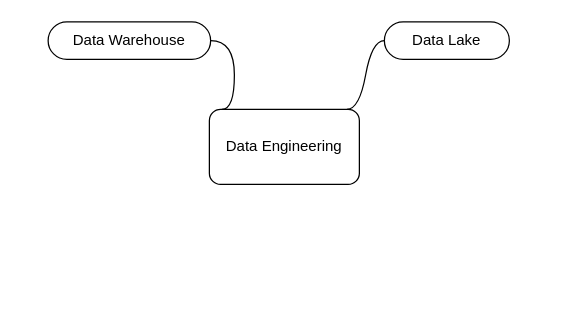
Earlier version of the draw.io diagram mindmaps/data-engineering.drawio (iamulya/drawio-diagrams). Source tidied: cells renumbered, new cells numbered last; positions are measured from the earlier drawing's top-left corner, leaving out a move shared by most shapes. Both pictures are drawn from the tidied source at 125%, with x=0, y=0 at pixel (48, 21).
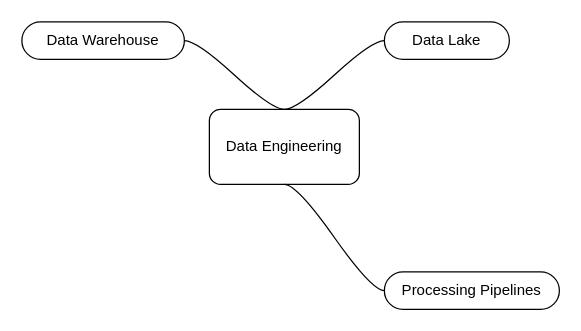
After the change.

Diff of the diagram source:
```diff
@@
 <mxGraphModel>
   <root>
     <mxCell id="0" />
     <mxCell id="1" parent="0" />
     <mxCell id="2" value="Data Engineering" style="rounded=1;whiteSpace=wrap;html=1;" parent="1" vertex="1">
       <mxGeometry x="129" y="70" width="120" height="60" as="geometry" />
     </mxCell>
     <mxCell id="3" value="Data Lake&lt;br&gt;" style="whiteSpace=wrap;html=1;rounded=1;arcSize=50;align=center;verticalAlign=middle;strokeWidth=1;spacing=4;newEdgeStyle={&quot;edgeStyle&quot;:&quot;entityRelationEdgeStyle&quot;,&quot;startArrow&quot;:&quot;none&quot;,&quot;endArrow&quot;:&quot;none&quot;,&quot;segment&quot;:10,&quot;curved&quot;:1};" parent="1" vertex="1">
       <mxGeometry x="269" width="100" height="30" as="geometry" />
     </mxCell>
-    <mxCell id="4" style="edgeStyle=entityRelationEdgeStyle;startArrow=none;endArrow=none;segment=10;curved=1;" parent="1" edge="1" target="3">
-      <mxGeometry relative="1" as="geometry">
-        <mxPoint x="239" y="70" as="sourcePoint" />
-      </mxGeometry>
+    <mxCell id="4" style="edgeStyle=entityRelationEdgeStyle;startArrow=none;endArrow=none;segment=10;curved=1;exitX=0.5;exitY=0;exitDx=0;exitDy=0;" parent="1" edge="1" source="2" target="3">
+      <mxGeometry relative="1" as="geometry" />
     </mxCell>
     <mxCell id="5" value="Data Warehouse&lt;br&gt;" style="whiteSpace=wrap;html=1;rounded=1;arcSize=50;align=center;verticalAlign=middle;strokeWidth=1;spacing=4;newEdgeStyle={&quot;edgeStyle&quot;:&quot;entityRelationEdgeStyle&quot;,&quot;startArrow&quot;:&quot;none&quot;,&quot;endArrow&quot;:&quot;none&quot;,&quot;segment&quot;:10,&quot;curved&quot;:1};" parent="1" vertex="1">
-      <mxGeometry width="130" height="30" as="geometry" />
+      <mxGeometry x="-21" width="130" height="30" as="geometry" />
     </mxCell>
-    <mxCell id="6" style="edgeStyle=entityRelationEdgeStyle;startArrow=none;endArrow=none;segment=10;curved=1;exitX=0;exitY=0;exitDx=0;exitDy=0;" parent="1" edge="1" target="5">
-      <mxGeometry relative="1" as="geometry">
-        <mxPoint x="139" y="70" as="sourcePoint" />
-      </mxGeometry>
+    <mxCell id="6" style="edgeStyle=entityRelationEdgeStyle;startArrow=none;endArrow=none;segment=10;curved=1;exitX=0.5;exitY=0;exitDx=0;exitDy=0;" parent="1" edge="1" source="2" target="5">
+      <mxGeometry relative="1" as="geometry" />
     </mxCell>
+    <mxCell id="7" value="Processing Pipelines&lt;br&gt;" style="whiteSpace=wrap;html=1;rounded=1;arcSize=50;align=center;verticalAlign=middle;strokeWidth=1;spacing=4;newEdgeStyle={&quot;edgeStyle&quot;:&quot;entityRelationEdgeStyle&quot;,&quot;startArrow&quot;:&quot;none&quot;,&quot;endArrow&quot;:&quot;none&quot;,&quot;segment&quot;:10,&quot;curved&quot;:1};" parent="1" vertex="1">
+      <mxGeometry x="269" y="200" width="140" height="30" as="geometry" />
+    </mxCell>
+    <mxCell id="8" style="edgeStyle=entityRelationEdgeStyle;startArrow=none;endArrow=none;segment=10;curved=1;exitX=0.5;exitY=1;exitDx=0;exitDy=0;" parent="1" edge="1" source="2" target="7">
+      <mxGeometry relative="1" as="geometry" />
+    </mxCell>
   </root>
 </mxGraphModel>
```
